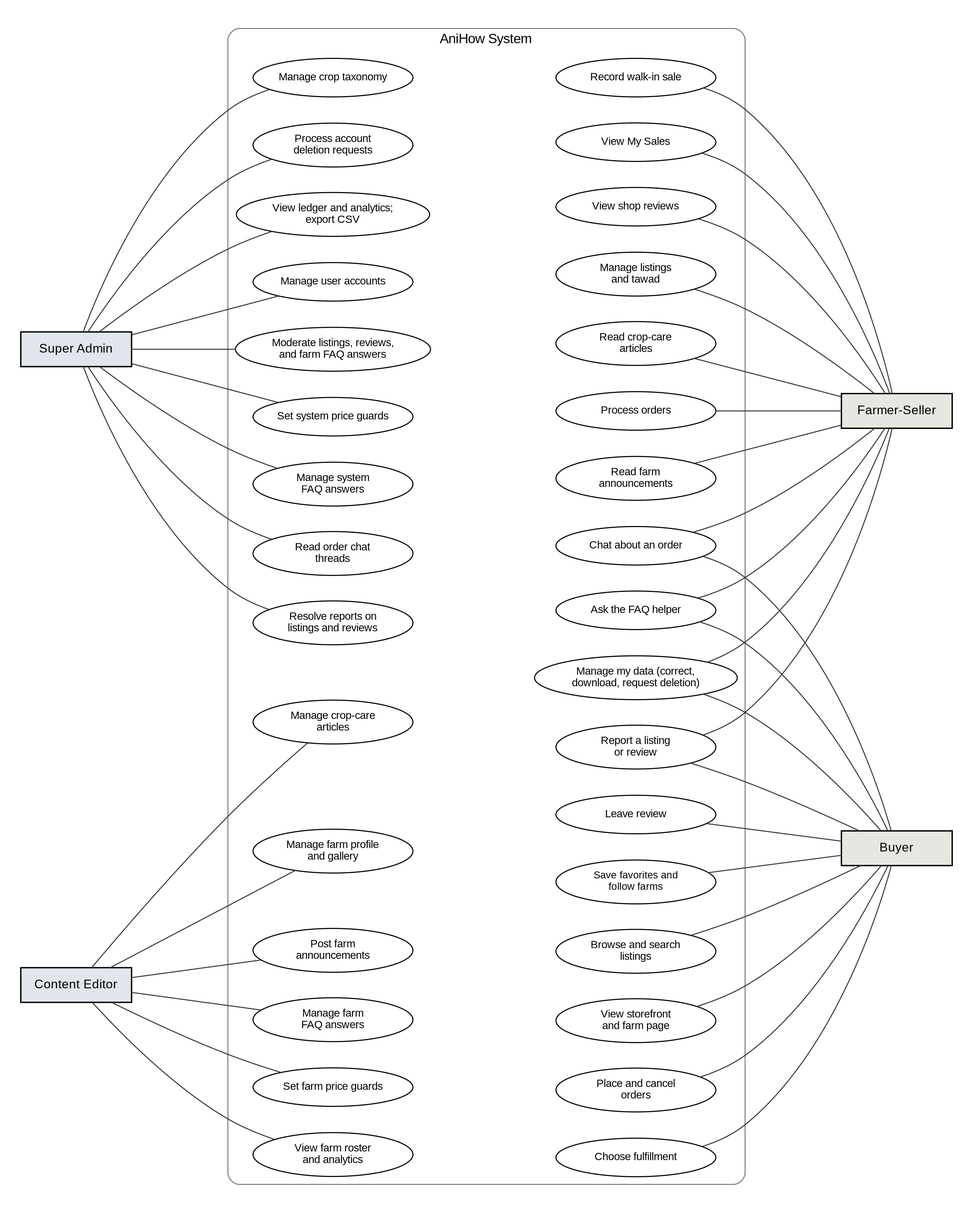
This is docs/manuscript/figures/fig5_use_case.png from shawncastaneda11-commits/anihow-backend, a Graphviz export, as it was before one commit. Its source is kept beside it as docs/manuscript/figures/src/fig5_use_case.dot.
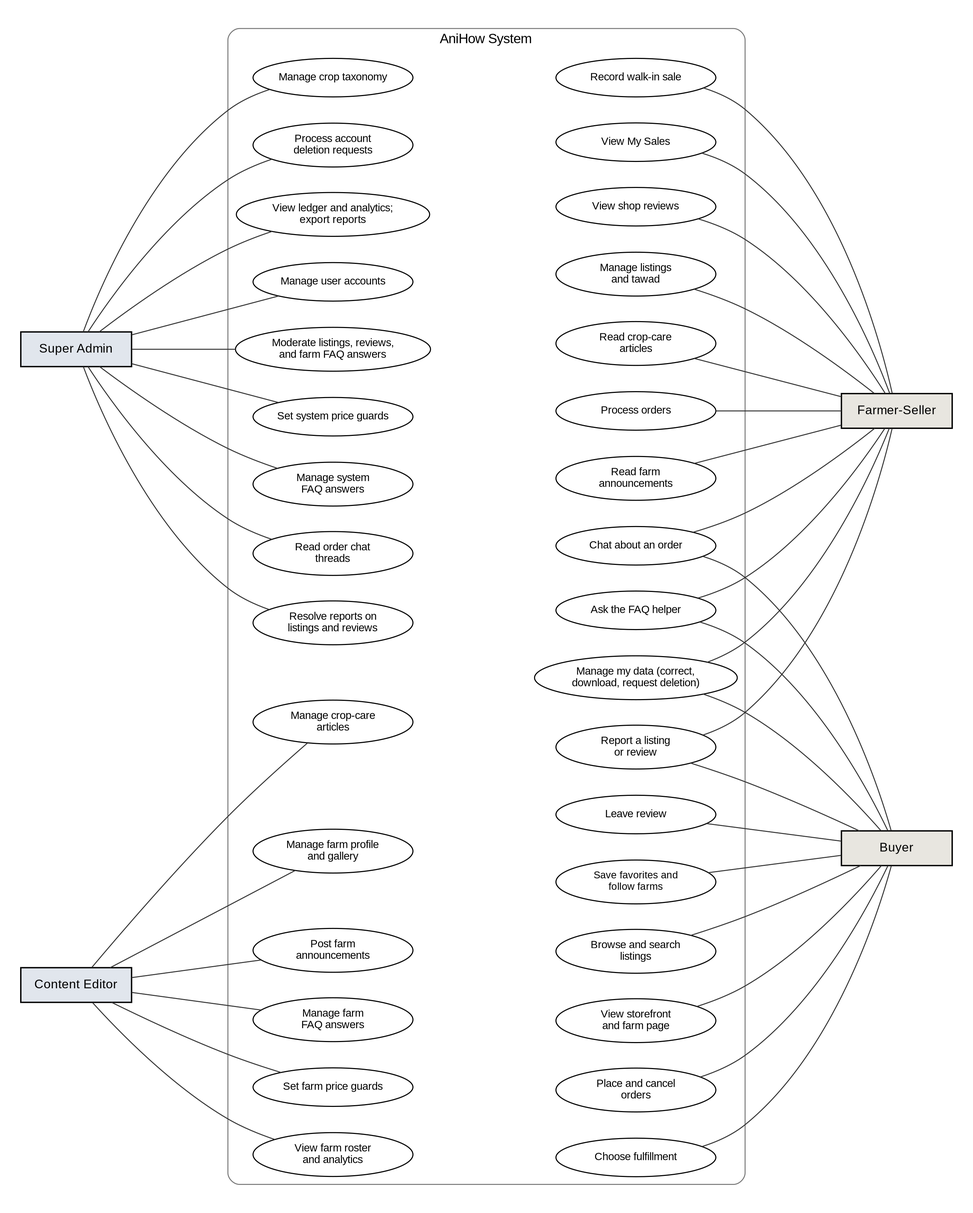
Later version of the same file.

The edit, as a diff of the source:
```diff
@@ -19,7 +19,7 @@
     sa4 [label="Moderate listings, reviews,\nand farm FAQ answers"];
     sa5 [label="Manage system\nFAQ answers"];
     sa6 [label="Process account\ndeletion requests"];
-    sa7 [label="View ledger and analytics;\nexport CSV"];
+    sa7 [label="View ledger and analytics;\nexport reports"];
     sa8 [label="Read order chat\nthreads"];
     sa9 [label="Resolve reports on\nlistings and reviews"];
 
```
